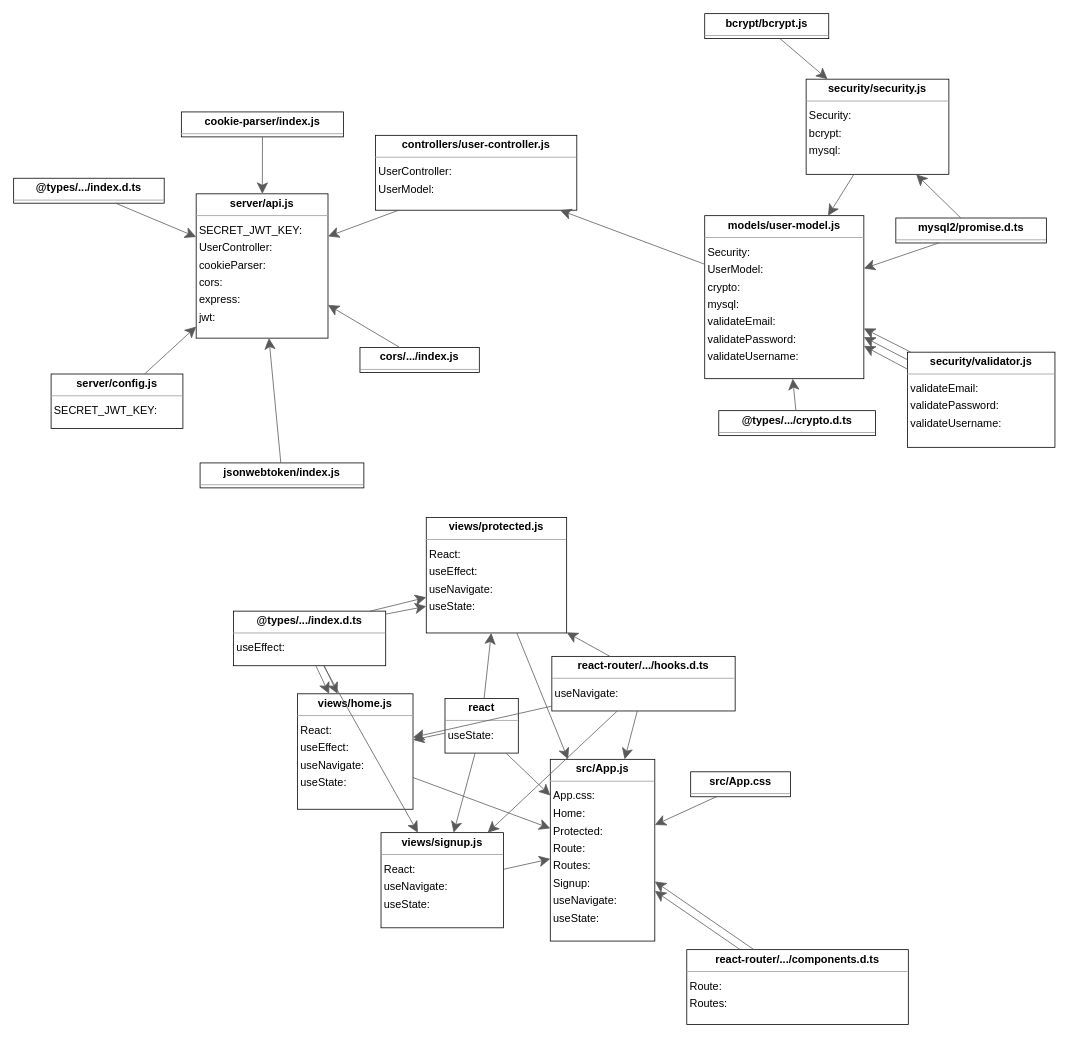
Above: class_diagram.drawio in lrluque/auth_lab (draw.io), before the change. Source tidied: cells renumbered, new cells numbered last; positions are measured from the earlier drawing's top-left corner, leaving out a move shared by most shapes. Both pictures are drawn from the tidied source at 78%, with x=0, y=0 at pixel (13, 13).
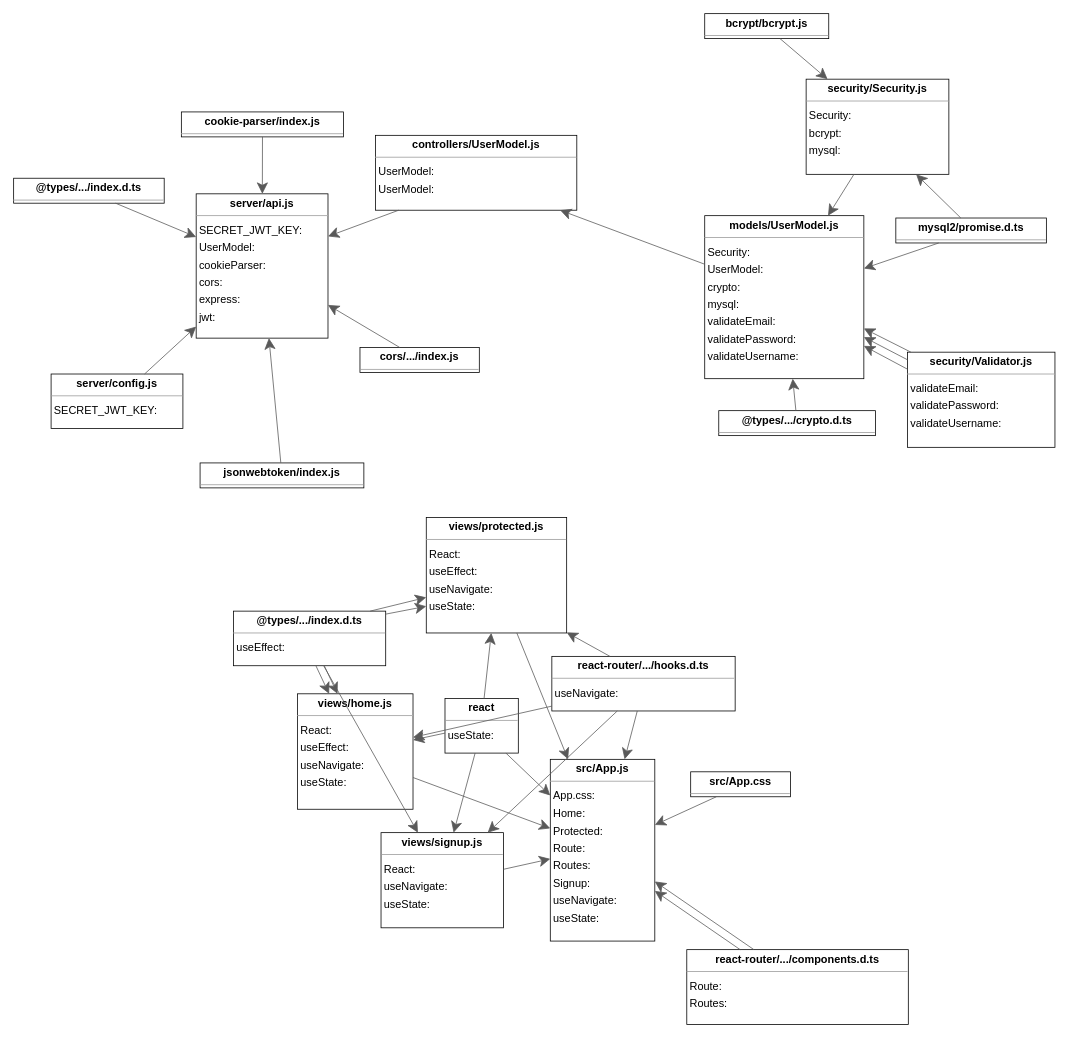
After the change.

Change to the diagram source:
```diff
@@
-    <mxCell id="6" value="&lt;p style=&quot;margin:0px;margin-top:4px;text-align:center;&quot;&gt;&lt;b&gt;controllers/user-controller.js&lt;/b&gt;&lt;/p&gt;&lt;hr size=&quot;1&quot;/&gt;&lt;p style=&quot;margin:0 0 0 4px;line-height:1.6;&quot;&gt; UserController: &lt;br/&gt; UserModel: &lt;/p&gt;" style="verticalAlign=top;align=left;overflow=fill;fontSize=14;fontFamily=Helvetica;html=1;rounded=0;shadow=0;comic=0;labelBackgroundColor=none;strokeWidth=1;" parent="1" vertex="1">
+    <mxCell id="6" value="&lt;p style=&quot;margin:0px;margin-top:4px;text-align:center;&quot;&gt;&lt;b&gt;controllers/UserModel.js&lt;/b&gt;&lt;/p&gt;&lt;hr size=&quot;1&quot;/&gt;&lt;p style=&quot;margin:0 0 0 4px;line-height:1.6;&quot;&gt; UserModel: &lt;br/&gt; UserModel: &lt;/p&gt;" style="verticalAlign=top;align=left;overflow=fill;fontSize=14;fontFamily=Helvetica;html=1;rounded=0;shadow=0;comic=0;labelBackgroundColor=none;strokeWidth=1;" parent="1" vertex="1">
       <mxGeometry x="464" y="156" width="258" height="96" as="geometry" />
     </mxCell>
@@
-    <mxCell id="10" value="&lt;p style=&quot;margin:0px;margin-top:4px;text-align:center;&quot;&gt;&lt;b&gt;models/user-model.js&lt;/b&gt;&lt;/p&gt;&lt;hr size=&quot;1&quot;/&gt;&lt;p style=&quot;margin:0 0 0 4px;line-height:1.6;&quot;&gt; Security: &lt;br/&gt; UserModel: &lt;br/&gt; crypto: &lt;br/&gt; mysql: &lt;br/&gt; validateEmail: &lt;br/&gt; validatePassword: &lt;br/&gt; validateUsername: &lt;/p&gt;" style="verticalAlign=top;align=left;overflow=fill;fontSize=14;fontFamily=Helvetica;html=1;rounded=0;shadow=0;comic=0;labelBackgroundColor=none;strokeWidth=1;" parent="1" vertex="1">
+    <mxCell id="10" value="&lt;p style=&quot;margin:0px;margin-top:4px;text-align:center;&quot;&gt;&lt;b&gt;models/UserModel.js&lt;/b&gt;&lt;/p&gt;&lt;hr size=&quot;1&quot;/&gt;&lt;p style=&quot;margin:0 0 0 4px;line-height:1.6;&quot;&gt; Security: &lt;br/&gt; UserModel: &lt;br/&gt; crypto: &lt;br/&gt; mysql: &lt;br/&gt; validateEmail: &lt;br/&gt; validatePassword: &lt;br/&gt; validateUsername: &lt;/p&gt;" style="verticalAlign=top;align=left;overflow=fill;fontSize=14;fontFamily=Helvetica;html=1;rounded=0;shadow=0;comic=0;labelBackgroundColor=none;strokeWidth=1;" parent="1" vertex="1">
       <mxGeometry x="886" y="259" width="204" height="209" as="geometry" />
     </mxCell>
@@
-    <mxCell id="15" value="&lt;p style=&quot;margin:0px;margin-top:4px;text-align:center;&quot;&gt;&lt;b&gt;security/security.js&lt;/b&gt;&lt;/p&gt;&lt;hr size=&quot;1&quot;/&gt;&lt;p style=&quot;margin:0 0 0 4px;line-height:1.6;&quot;&gt; Security: &lt;br/&gt; bcrypt: &lt;br/&gt; mysql: &lt;/p&gt;" style="verticalAlign=top;align=left;overflow=fill;fontSize=14;fontFamily=Helvetica;html=1;rounded=0;shadow=0;comic=0;labelBackgroundColor=none;strokeWidth=1;" parent="1" vertex="1">
+    <mxCell id="15" value="&lt;p style=&quot;margin:0px;margin-top:4px;text-align:center;&quot;&gt;&lt;b&gt;security/Security.js&lt;/b&gt;&lt;/p&gt;&lt;hr size=&quot;1&quot;/&gt;&lt;p style=&quot;margin:0 0 0 4px;line-height:1.6;&quot;&gt; Security: &lt;br/&gt; bcrypt: &lt;br/&gt; mysql: &lt;/p&gt;" style="verticalAlign=top;align=left;overflow=fill;fontSize=14;fontFamily=Helvetica;html=1;rounded=0;shadow=0;comic=0;labelBackgroundColor=none;strokeWidth=1;" parent="1" vertex="1">
       <mxGeometry x="1016" y="84" width="183" height="122" as="geometry" />
     </mxCell>
-    <mxCell id="16" value="&lt;p style=&quot;margin:0px;margin-top:4px;text-align:center;&quot;&gt;&lt;b&gt;security/validator.js&lt;/b&gt;&lt;/p&gt;&lt;hr size=&quot;1&quot;/&gt;&lt;p style=&quot;margin:0 0 0 4px;line-height:1.6;&quot;&gt; validateEmail: &lt;br/&gt; validatePassword: &lt;br/&gt; validateUsername: &lt;/p&gt;" style="verticalAlign=top;align=left;overflow=fill;fontSize=14;fontFamily=Helvetica;html=1;rounded=0;shadow=0;comic=0;labelBackgroundColor=none;strokeWidth=1;" parent="1" vertex="1">
+    <mxCell id="16" value="&lt;p style=&quot;margin:0px;margin-top:4px;text-align:center;&quot;&gt;&lt;b&gt;security/Validator.js&lt;/b&gt;&lt;/p&gt;&lt;hr size=&quot;1&quot;/&gt;&lt;p style=&quot;margin:0 0 0 4px;line-height:1.6;&quot;&gt; validateEmail: &lt;br/&gt; validatePassword: &lt;br/&gt; validateUsername: &lt;/p&gt;" style="verticalAlign=top;align=left;overflow=fill;fontSize=14;fontFamily=Helvetica;html=1;rounded=0;shadow=0;comic=0;labelBackgroundColor=none;strokeWidth=1;" parent="1" vertex="1">
       <mxGeometry x="1146" y="434" width="189" height="122" as="geometry" />
     </mxCell>
-    <mxCell id="17" value="&lt;p style=&quot;margin:0px;margin-top:4px;text-align:center;&quot;&gt;&lt;b&gt;server/api.js&lt;/b&gt;&lt;/p&gt;&lt;hr size=&quot;1&quot;/&gt;&lt;p style=&quot;margin:0 0 0 4px;line-height:1.6;&quot;&gt; SECRET_JWT_KEY: &lt;br/&gt; UserController: &lt;br/&gt; cookieParser: &lt;br/&gt; cors: &lt;br/&gt; express: &lt;br/&gt; jwt: &lt;/p&gt;" style="verticalAlign=top;align=left;overflow=fill;fontSize=14;fontFamily=Helvetica;html=1;rounded=0;shadow=0;comic=0;labelBackgroundColor=none;strokeWidth=1;" parent="1" vertex="1">
+    <mxCell id="17" value="&lt;p style=&quot;margin:0px;margin-top:4px;text-align:center;&quot;&gt;&lt;b&gt;server/api.js&lt;/b&gt;&lt;/p&gt;&lt;hr size=&quot;1&quot;/&gt;&lt;p style=&quot;margin:0 0 0 4px;line-height:1.6;&quot;&gt; SECRET_JWT_KEY: &lt;br/&gt; UserModel: &lt;br/&gt; cookieParser: &lt;br/&gt; cors: &lt;br/&gt; express: &lt;br/&gt; jwt: &lt;/p&gt;" style="verticalAlign=top;align=left;overflow=fill;fontSize=14;fontFamily=Helvetica;html=1;rounded=0;shadow=0;comic=0;labelBackgroundColor=none;strokeWidth=1;" parent="1" vertex="1">
       <mxGeometry x="234" y="231" width="169" height="185" as="geometry" />
     </mxCell>
```
